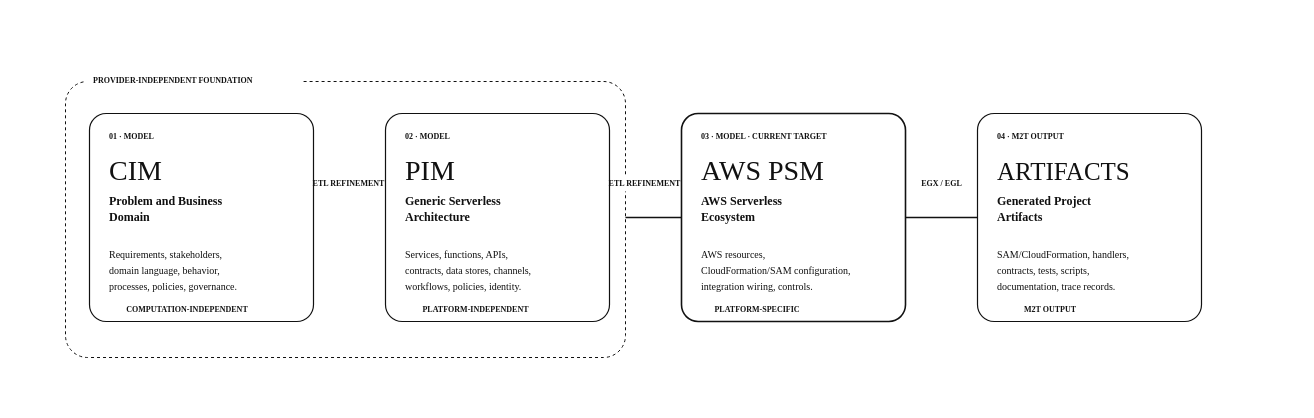
Above: docs/diagrams/34-mde-modeling-path.drawio in mehdieidi/modriss (draw.io), before the change. Source tidied: cells renumbered, new cells numbered last; positions are measured from the earlier drawing's top-left corner, leaving out a move shared by most shapes. Both pictures are drawn from the tidied source at 100%, with x=0, y=0 at pixel (17, 17).
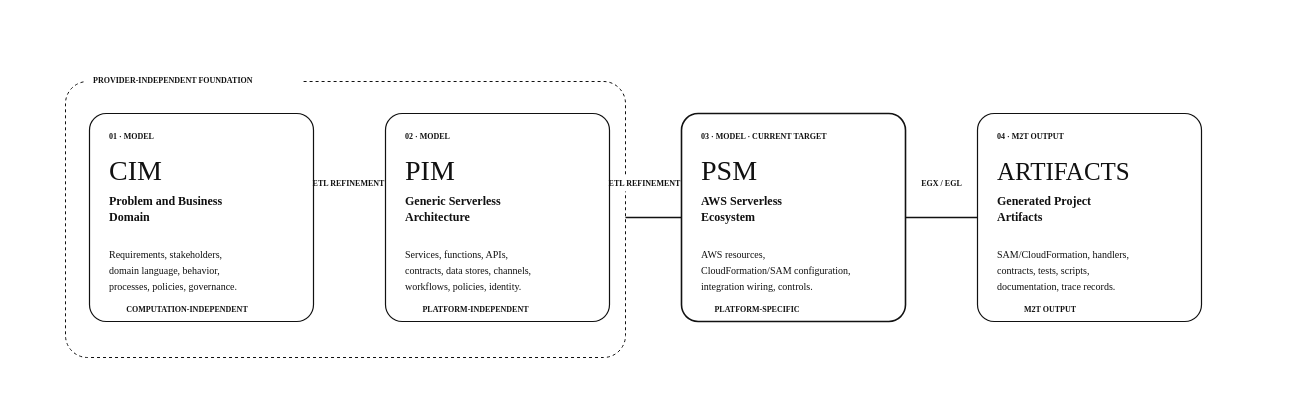
The same page after the edit.

Change to the diagram source:
```diff
@@
-    <mxCell id="44" value="AWS PSM" style="text;html=1;fontFamily=Times New Roman;fontSize=28;fontColor=#111111;verticalAlign=middle;align=left;whiteSpace=wrap;spacing=0;overflow=visible;" parent="1" vertex="1">
+    <mxCell id="44" value="PSM" style="text;html=1;fontFamily=Times New Roman;fontSize=28;fontColor=#111111;verticalAlign=middle;align=left;whiteSpace=wrap;spacing=0;overflow=visible;" parent="1" vertex="1">
       <mxGeometry x="684" y="132.8" width="129.5" height="40.6" as="geometry" />
     </mxCell>
```
